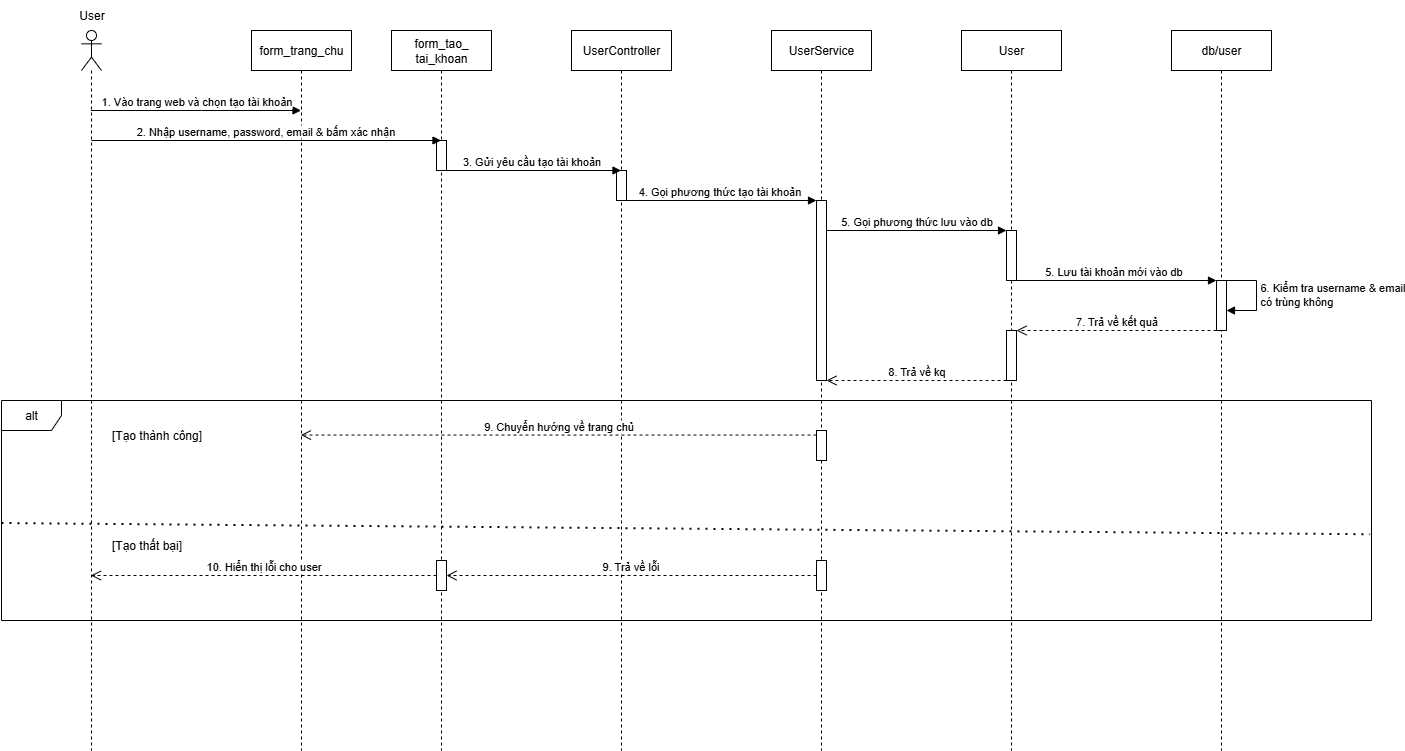
The draw.io diagram create_user_sequence.drawio.png in huyga1185/but, before a commit. Source tidied: cells renumbered, new cells last; positions are measured from the earlier drawing's top-left corner, leaving out a move shared by most shapes.
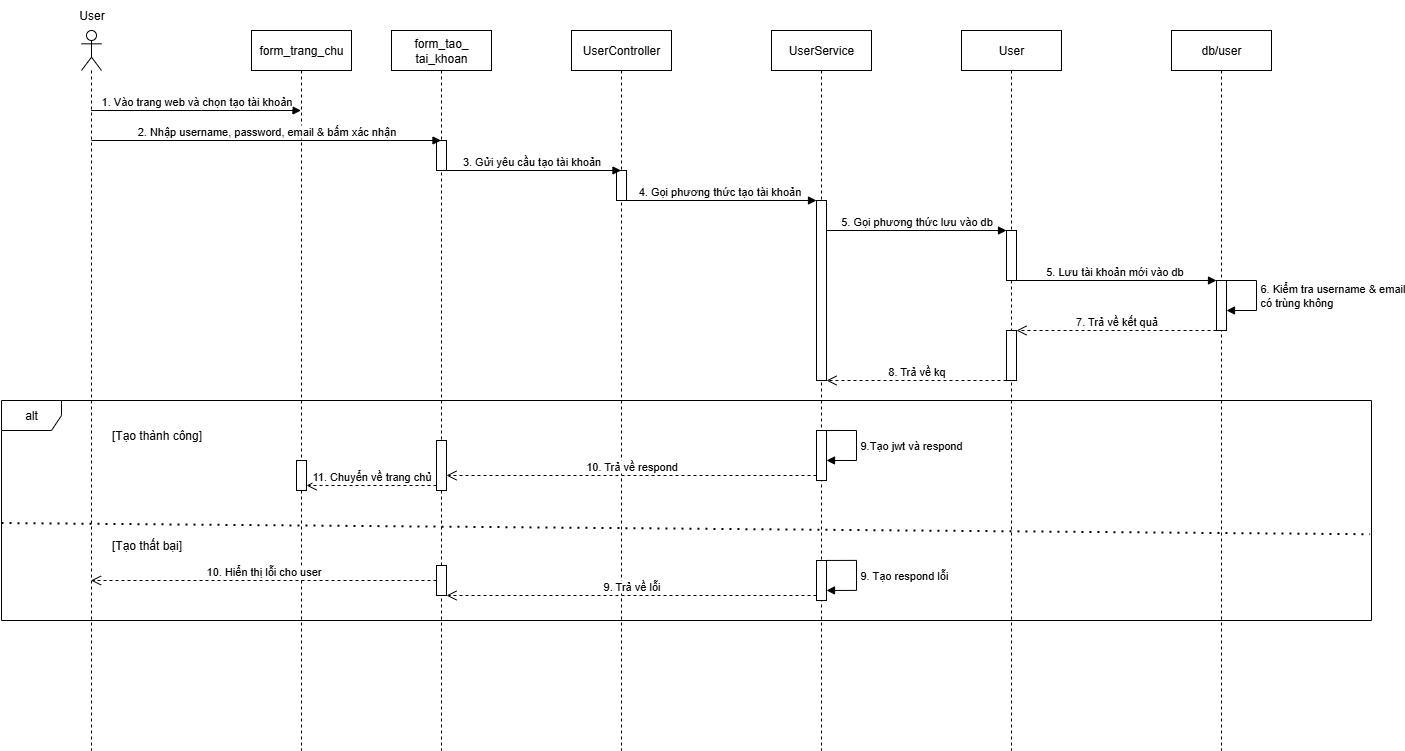
After the commit.

What changed in the source:
```diff
@@ -61,6 +61,9 @@
     <mxCell id="16" value="form_trang_chu" style="shape=umlLifeline;perimeter=lifelinePerimeter;whiteSpace=wrap;html=1;outlineConnect=0;portConstraint=eastwest;newEdgeStyle={&quot;curved&quot;:0,&quot;rounded&quot;:0};" parent="1" vertex="1">
       <mxGeometry x="250" y="30" width="100" height="720" as="geometry" />
     </mxCell>
+    <mxCell id="35" style="html=1;points=[[0,0,0,0,5],[0,1,0,0,-5],[1,0,0,0,5],[1,1,0,0,-5]];perimeter=orthogonalPerimeter;outlineConnect=0;targetShapes=umlLifeline;portConstraint=eastwest;newEdgeStyle={&quot;curved&quot;:0,&quot;rounded&quot;:0};" parent="16" vertex="1">
+      <mxGeometry x="45" y="430" width="10" height="30" as="geometry" />
+    </mxCell>
     <mxCell id="17" value="2. Nhập username, password, email &amp;amp; bấm xác nhận" style="html=1;verticalAlign=bottom;endArrow=block;curved=0;rounded=0;" parent="1" edge="1">
       <mxGeometry relative="1" as="geometry">
         <mxPoint x="89.9" y="140" as="sourcePoint" />
@@ -87,7 +90,7 @@
       <mxGeometry x="45" y="170" width="10" height="180" as="geometry" />
     </mxCell>
     <mxCell id="23" style="html=1;points=[[0,0,0,0,5],[0,1,0,0,-5],[1,0,0,0,5],[1,1,0,0,-5]];perimeter=orthogonalPerimeter;outlineConnect=0;targetShapes=umlLifeline;portConstraint=eastwest;newEdgeStyle={&quot;curved&quot;:0,&quot;rounded&quot;:0};" parent="21" vertex="1">
-      <mxGeometry x="45" y="530" width="10" height="30" as="geometry" />
+      <mxGeometry x="45" y="530" width="10" height="40" as="geometry" />
     </mxCell>
     <mxCell id="24" value="5. Gọi phương thức lưu vào db" style="html=1;verticalAlign=bottom;endArrow=block;curved=0;rounded=0;" parent="1" edge="1">
       <mxGeometry relative="1" as="geometry">
@@ -107,18 +110,16 @@
       <mxGeometry x="100" y="420" width="110" height="30" as="geometry" />
     </mxCell>
     <mxCell id="28" style="html=1;points=[[0,0,0,0,5],[0,1,0,0,-5],[1,0,0,0,5],[1,1,0,0,-5]];perimeter=orthogonalPerimeter;outlineConnect=0;targetShapes=umlLifeline;portConstraint=eastwest;newEdgeStyle={&quot;curved&quot;:0,&quot;rounded&quot;:0};" parent="1" vertex="1">
-      <mxGeometry x="815" y="430" width="10" height="30" as="geometry" />
+      <mxGeometry x="815" y="430" width="10" height="50" as="geometry" />
     </mxCell>
-    <mxCell id="29" value="9. Chuyển hướng về trang chủ" style="html=1;verticalAlign=bottom;endArrow=open;dashed=1;endSize=8;curved=0;rounded=0;" parent="1" edge="1" target="16">
-      <mxGeometry relative="1" as="geometry">
-        <mxPoint x="815" y="434.6" as="sourcePoint" />
-      </mxGeometry>
+    <mxCell id="29" value="10. Trả về respond" style="html=1;verticalAlign=bottom;endArrow=open;dashed=1;endSize=8;curved=0;rounded=0;exitX=0;exitY=1;exitDx=0;exitDy=-5;exitPerimeter=0;" parent="1" edge="1" source="28" target="37">
+      <mxGeometry relative="1" as="geometry" />
     </mxCell>
-    <mxCell id="30" value="9. Trả về lỗi" style="html=1;verticalAlign=bottom;endArrow=open;dashed=1;endSize=8;curved=0;rounded=0;" parent="1" edge="1" source="23" target="31">
+    <mxCell id="30" value="9. Trả về lỗi" style="html=1;verticalAlign=bottom;endArrow=open;dashed=1;endSize=8;curved=0;rounded=0;exitX=0;exitY=1;exitDx=0;exitDy=-5;exitPerimeter=0;" parent="1" edge="1" source="23" target="31">
       <mxGeometry relative="1" as="geometry" />
     </mxCell>
     <mxCell id="31" style="html=1;points=[[0,0,0,0,5],[0,1,0,0,-5],[1,0,0,0,5],[1,1,0,0,-5]];perimeter=orthogonalPerimeter;outlineConnect=0;targetShapes=umlLifeline;portConstraint=eastwest;newEdgeStyle={&quot;curved&quot;:0,&quot;rounded&quot;:0};" parent="1" vertex="1">
-      <mxGeometry x="435" y="560" width="10" height="30" as="geometry" />
+      <mxGeometry x="435" y="565" width="10" height="30" as="geometry" />
     </mxCell>
     <mxCell id="32" value="10. Hiển thị lỗi cho user" style="html=1;verticalAlign=bottom;endArrow=open;dashed=1;endSize=8;curved=0;rounded=0;" parent="1" edge="1" source="31" target="2">
       <mxGeometry relative="1" as="geometry" />
@@ -129,5 +130,31 @@
     <mxCell id="34" value="[Tạo thất bại]" style="text;html=1;align=center;verticalAlign=middle;strokeColor=none;fillColor=none;" parent="1" vertex="1">
       <mxGeometry x="100" y="530" width="90" height="30" as="geometry" />
     </mxCell>
+    <mxCell id="36" value="9.Tạo jwt và respond" style="html=1;align=left;spacingLeft=2;endArrow=block;rounded=0;edgeStyle=orthogonalEdgeStyle;curved=0;rounded=0;" parent="1" edge="1">
+      <mxGeometry relative="1" as="geometry">
+        <mxPoint x="825" y="430" as="sourcePoint" />
+        <mxPoint x="825" y="460" as="targetPoint" />
+        <Array as="points">
+          <mxPoint x="855" y="430" />
+          <mxPoint x="855" y="460" />
+        </Array>
+      </mxGeometry>
+    </mxCell>
+    <mxCell id="37" style="html=1;points=[[0,0,0,0,5],[0,1,0,0,-5],[1,0,0,0,5],[1,1,0,0,-5]];perimeter=orthogonalPerimeter;outlineConnect=0;targetShapes=umlLifeline;portConstraint=eastwest;newEdgeStyle={&quot;curved&quot;:0,&quot;rounded&quot;:0};" parent="1" vertex="1">
+      <mxGeometry x="435" y="440" width="10" height="50" as="geometry" />
+    </mxCell>
+    <mxCell id="38" value="9. Tạo respond lỗi" style="html=1;align=left;spacingLeft=2;endArrow=block;rounded=0;edgeStyle=orthogonalEdgeStyle;curved=0;rounded=0;" parent="1" edge="1">
+      <mxGeometry relative="1" as="geometry">
+        <mxPoint x="825" y="559.9" as="sourcePoint" />
+        <mxPoint x="825" y="589.9" as="targetPoint" />
+        <Array as="points">
+          <mxPoint x="855" y="559.9" />
+          <mxPoint x="855" y="589.9" />
+        </Array>
+      </mxGeometry>
+    </mxCell>
+    <mxCell id="39" value="11. Chuyển về trang chủ" style="html=1;verticalAlign=bottom;endArrow=open;dashed=1;endSize=8;curved=0;rounded=0;exitX=0;exitY=1;exitDx=0;exitDy=-5;exitPerimeter=0;" parent="1" edge="1" source="37" target="35">
+      <mxGeometry relative="1" as="geometry" />
+    </mxCell>
   </root>
 </mxGraphModel>
```
